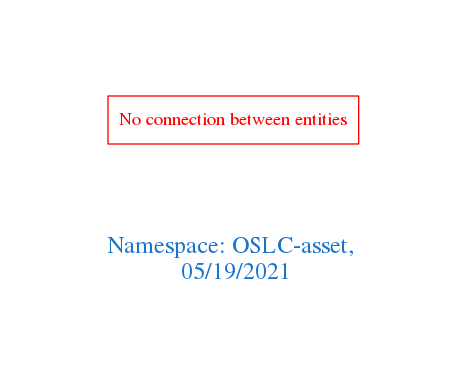
Before: downloads/OSLC-asset.png, a diagram exported from Graphviz (arago/OGIT). Its source is kept beside it as downloads/OSLC-asset.dot.
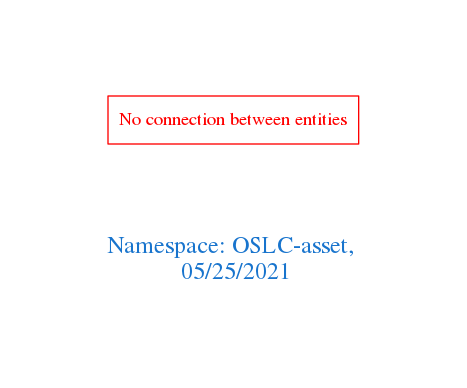
The same diagram one commit later.

What changed in the source:
```diff
@@ -1,7 +1,7 @@
 digraph OGIT_ontology {
  graph [ rankdir= LR,pad=1
 fontsize = 18,
-fontcolor= dodgerblue3,label = "\n\n\nNamespace: OSLC-asset, \n 05/19/2021"];
+fontcolor= dodgerblue3,label = "\n\n\nNamespace: OSLC-asset, \n 05/25/2021"];
 node[shape=polygon];
 edge [  color="gray81"];
 
```
